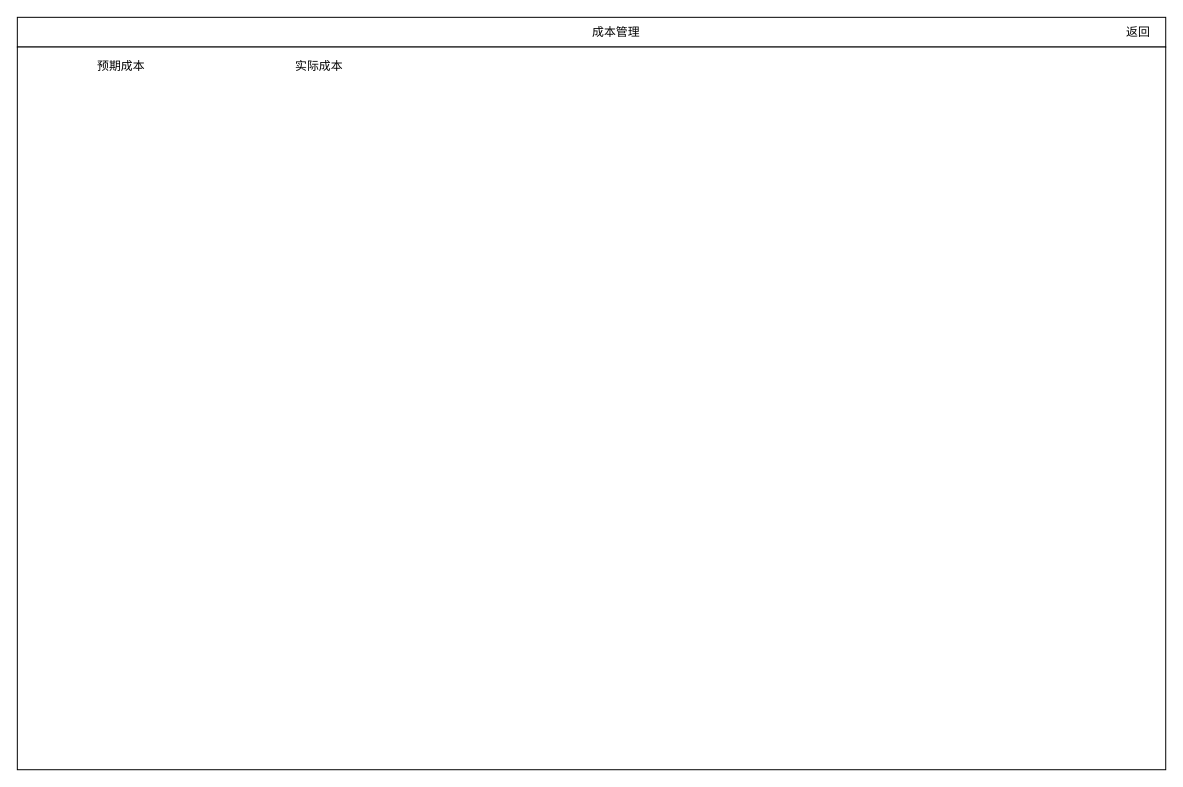
Earlier version of the draw.io diagram page "pm-project-cost-management" (9 of 13) of project-in-action/software-develop-management-system/doc/design/ui/sdms.drawio (callistoctopus/project-all-in-one). Source tidied: cells renumbered, new cells numbered last; positions are measured from the earlier drawing's top-left corner, leaving out a move shared by most shapes. Both pictures are drawn from the tidied source at 99%, with x=0, y=0 at pixel (17, 17).
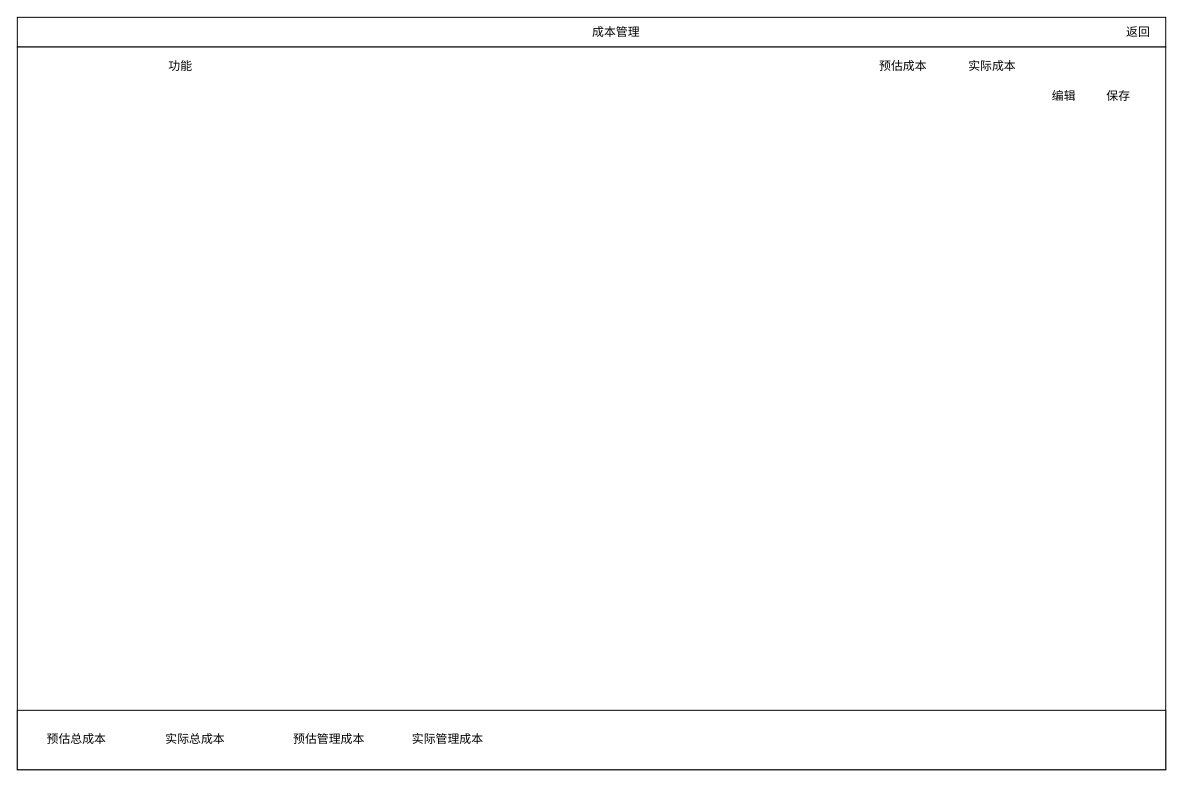
Above is the later version.

What changed in the source:
```diff
@@
 <mxGraphModel>
   <root>
     <mxCell id="0" />
     <mxCell id="1" parent="0" />
     <mxCell id="2" style="whiteSpace=wrap;html=1;" parent="1" vertex="1">
       <mxGeometry width="1160" height="30" as="geometry" />
     </mxCell>
     <mxCell id="3" value="返回" style="text;html=1;strokeColor=none;fillColor=none;align=center;verticalAlign=middle;whiteSpace=wrap;rounded=0;" parent="1" vertex="1">
       <mxGeometry x="1105" y="5" width="55" height="20" as="geometry" />
     </mxCell>
     <mxCell id="4" value="成本管理" style="text;html=1;strokeColor=none;fillColor=none;align=center;verticalAlign=middle;whiteSpace=wrap;rounded=0;" parent="1" vertex="1">
       <mxGeometry x="530" y="5" width="150" height="20" as="geometry" />
     </mxCell>
     <mxCell id="5" style="rounded=0;whiteSpace=wrap;html=1;fontSize=12;align=left;verticalAlign=middle;" parent="1" vertex="1">
       <mxGeometry y="30" width="1160" height="730" as="geometry" />
     </mxCell>
-    <mxCell id="6" value="预期成本" style="text;html=1;strokeColor=none;fillColor=none;align=center;verticalAlign=middle;whiteSpace=wrap;rounded=0;fontSize=12;" parent="1" vertex="1">
-      <mxGeometry x="70" y="40" width="70" height="20" as="geometry" />
-    </mxCell>
-    <mxCell id="7" value="实际成本" style="text;html=1;strokeColor=none;fillColor=none;align=center;verticalAlign=middle;whiteSpace=wrap;rounded=0;fontSize=12;" parent="1" vertex="1">
-      <mxGeometry x="270" y="40" width="70" height="20" as="geometry" />
+    <mxCell id="7" value="功能" style="text;html=1;strokeColor=none;fillColor=none;align=center;verticalAlign=middle;whiteSpace=wrap;rounded=0;fontSize=12;" parent="1" vertex="1">
+      <mxGeometry x="130" y="40" width="70" height="20" as="geometry" />
     </mxCell>
+    <mxCell id="8" value="预估成本" style="text;html=1;strokeColor=none;fillColor=none;align=center;verticalAlign=middle;whiteSpace=wrap;rounded=0;fontSize=12;" parent="1" vertex="1">
+      <mxGeometry x="860" y="40" width="70" height="20" as="geometry" />
+    </mxCell>
+    <mxCell id="9" value="实际成本" style="text;html=1;strokeColor=none;fillColor=none;align=center;verticalAlign=middle;whiteSpace=wrap;rounded=0;fontSize=12;" parent="1" vertex="1">
+      <mxGeometry x="950" y="40" width="70" height="20" as="geometry" />
+    </mxCell>
+    <mxCell id="10" value="编辑" style="text;html=1;strokeColor=none;fillColor=none;align=center;verticalAlign=middle;whiteSpace=wrap;rounded=0;fontSize=12;" parent="1" vertex="1">
+      <mxGeometry x="1035" y="70" width="45" height="20" as="geometry" />
+    </mxCell>
+    <mxCell id="11" value="保存" style="text;html=1;strokeColor=none;fillColor=none;align=center;verticalAlign=middle;whiteSpace=wrap;rounded=0;fontSize=12;" parent="1" vertex="1">
+      <mxGeometry x="1090" y="70" width="45" height="20" as="geometry" />
+    </mxCell>
+    <mxCell id="12" style="rounded=0;whiteSpace=wrap;html=1;align=center;" parent="1" vertex="1">
+      <mxGeometry y="700" width="1160" height="60" as="geometry" />
+    </mxCell>
+    <mxCell id="13" value="预估总成本" style="text;html=1;strokeColor=none;fillColor=none;align=center;verticalAlign=middle;whiteSpace=wrap;rounded=0;fontSize=12;" parent="1" vertex="1">
+      <mxGeometry x="20" y="720" width="80" height="20" as="geometry" />
+    </mxCell>
+    <mxCell id="14" value="实际总成本" style="text;html=1;strokeColor=none;fillColor=none;align=center;verticalAlign=middle;whiteSpace=wrap;rounded=0;fontSize=12;" parent="1" vertex="1">
+      <mxGeometry x="140" y="720" width="80" height="20" as="geometry" />
+    </mxCell>
+    <mxCell id="15" value="预估管理成本" style="text;html=1;strokeColor=none;fillColor=none;align=center;verticalAlign=middle;whiteSpace=wrap;rounded=0;fontSize=12;" parent="1" vertex="1">
+      <mxGeometry x="270" y="720" width="90" height="20" as="geometry" />
+    </mxCell>
+    <mxCell id="16" value="实际管理成本" style="text;html=1;strokeColor=none;fillColor=none;align=center;verticalAlign=middle;whiteSpace=wrap;rounded=0;fontSize=12;" parent="1" vertex="1">
+      <mxGeometry x="390" y="720" width="90" height="20" as="geometry" />
+    </mxCell>
   </root>
 </mxGraphModel>
```
